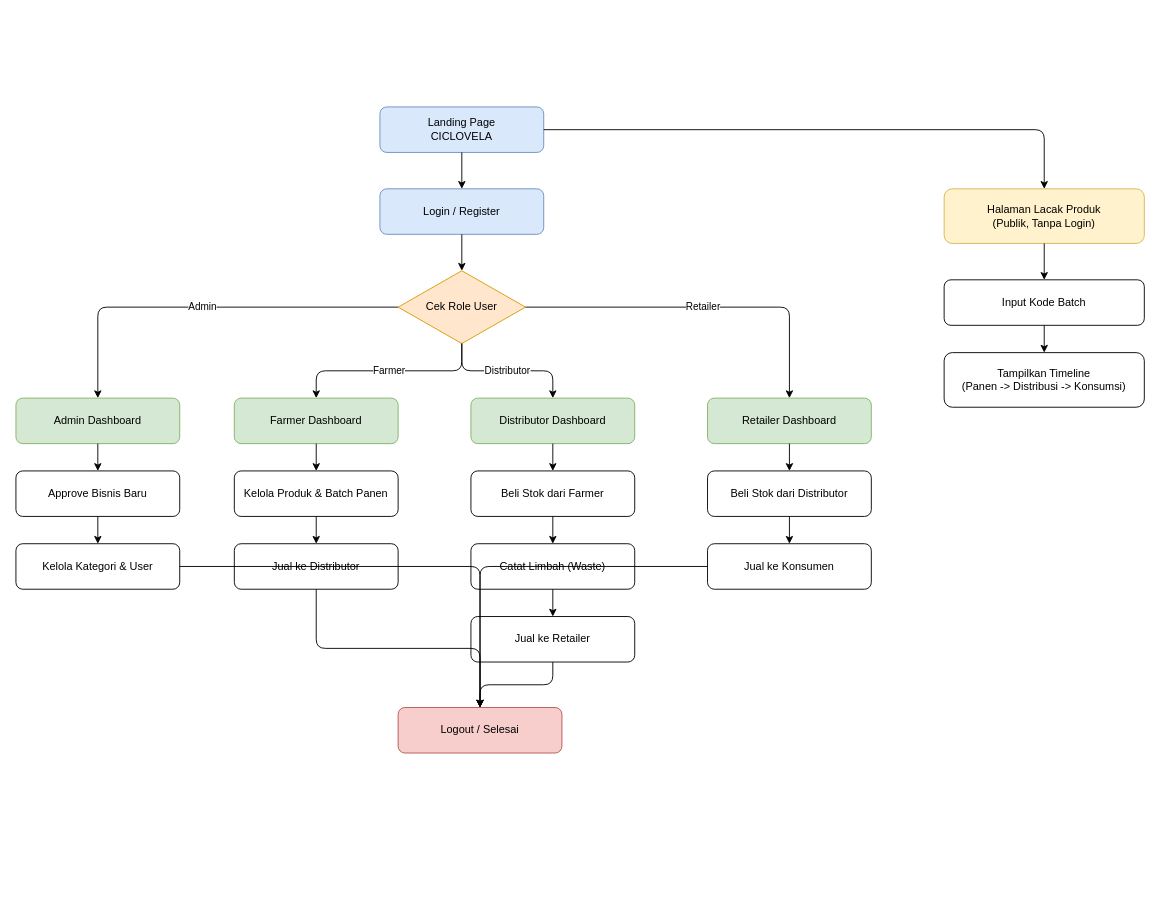
Before: CICLOVELA_flowchart.drawio in pangeranvalerensco-maker/CICLOVELA, a draw.io diagram. Source tidied: cells renumbered, new cells numbered last; positions are measured from the earlier drawing's top-left corner, leaving out a move shared by most shapes. Both pictures are drawn from the tidied source at 91%, with x=0, y=0 at pixel (15, 106).
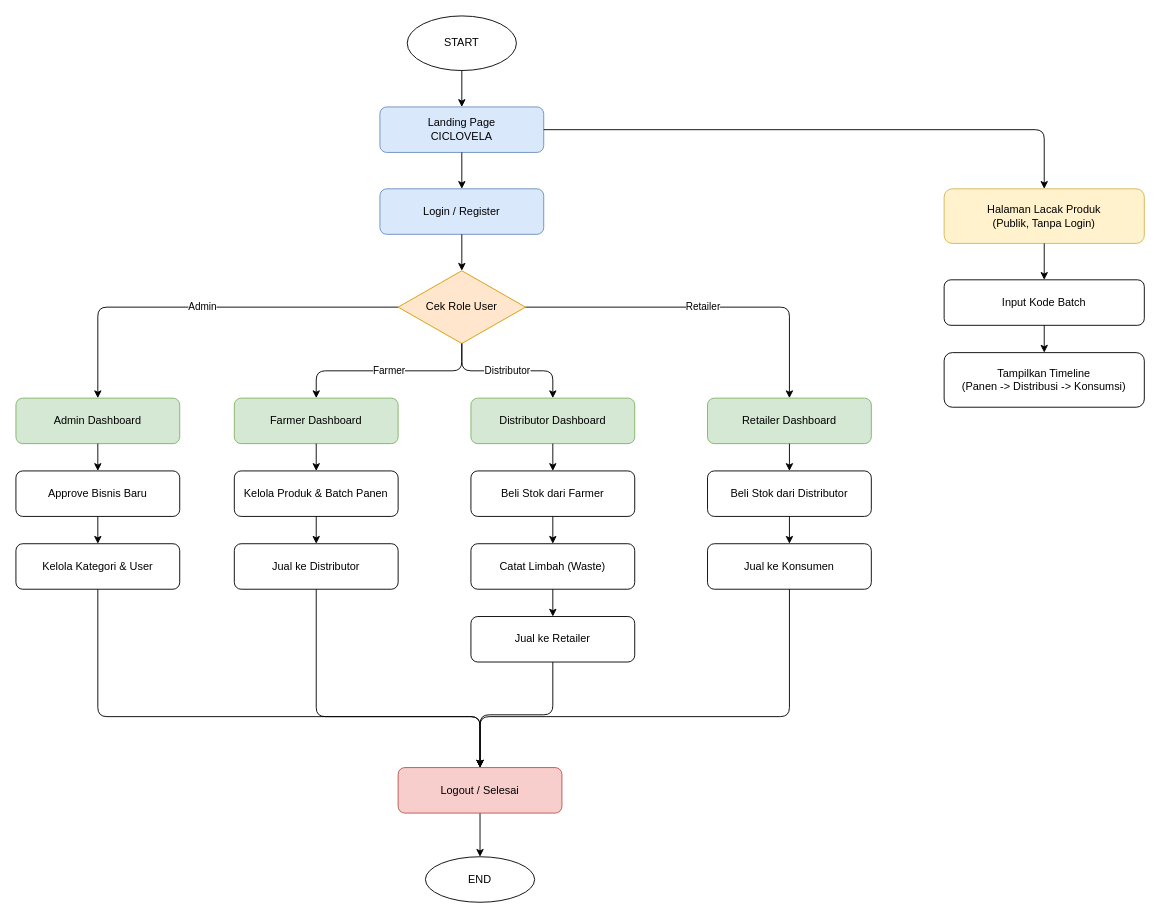
Above is the later version.

Unchanged cells that the change refers to:
```xml
<mxCell id="2" value="Landing Page&#10;CICLOVELA" style="rounded=1;whiteSpace=wrap;html=1;fillColor=#dae8fc;strokeColor=#6c8ebf;" parent="1" vertex="1">
  <mxGeometry x="400" width="180" height="50" as="geometry" />
</mxCell>
<mxCell id="7" value="Kelola Kategori &amp; User" style="rounded=1;whiteSpace=wrap;html=1;" parent="1" vertex="1">
  <mxGeometry y="480" width="180" height="50" as="geometry" />
</mxCell>
<mxCell id="10" value="Jual ke Distributor" style="rounded=1;whiteSpace=wrap;html=1;" parent="1" vertex="1">
  <mxGeometry x="240" y="480" width="180" height="50" as="geometry" />
</mxCell>
<mxCell id="17" value="Jual ke Konsumen" style="rounded=1;whiteSpace=wrap;html=1;" parent="1" vertex="1">
  <mxGeometry x="760" y="480" width="180" height="50" as="geometry" />
</mxCell>
```

Change to the diagram source:
```diff
@@
+    <mxCell id="44" style="edgeStyle=orthogonalEdgeStyle;rounded=0;jettySize=auto;html=1;" parent="1" edge="1" source="21" target="45">
+      <mxGeometry relative="1" as="geometry" />
+    </mxCell>
     <mxCell id="21" value="Logout / Selesai" style="rounded=1;whiteSpace=wrap;html=1;fillColor=#f8cecc;strokeColor=#b85450;" parent="1" vertex="1">
-      <mxGeometry x="420" y="660" width="180" height="50" as="geometry" />
+      <mxGeometry x="420" y="726" width="180" height="50" as="geometry" />
     </mxCell>
@@
     <mxCell id="40" style="edgeStyle=orthogonalEdgeStyle;html=1;" parent="1" edge="1" source="7" target="21">
-      <mxGeometry relative="1" as="geometry" />
+      <mxGeometry relative="1" as="geometry">
+        <Array as="points">
+          <mxPoint x="90" y="670" />
+          <mxPoint x="510" y="670" />
+        </Array>
+      </mxGeometry>
     </mxCell>
     <mxCell id="41" style="edgeStyle=orthogonalEdgeStyle;html=1;" parent="1" edge="1" source="10" target="21">
-      <mxGeometry relative="1" as="geometry" />
+      <mxGeometry relative="1" as="geometry">
+        <Array as="points">
+          <mxPoint x="330" y="670" />
+          <mxPoint x="510" y="670" />
+        </Array>
+      </mxGeometry>
     </mxCell>
@@
     <mxCell id="43" style="edgeStyle=orthogonalEdgeStyle;html=1;" parent="1" edge="1" source="17" target="21">
-      <mxGeometry relative="1" as="geometry" />
+      <mxGeometry relative="1" as="geometry">
+        <Array as="points">
+          <mxPoint x="850" y="670" />
+          <mxPoint x="510" y="670" />
+        </Array>
+      </mxGeometry>
     </mxCell>
+    <mxCell id="45" value="END" style="ellipse;whiteSpace=wrap;html=1;" parent="1" vertex="1">
+      <mxGeometry x="450" y="824" width="120" height="50" as="geometry" />
+    </mxCell>
+    <mxCell id="46" style="edgeStyle=orthogonalEdgeStyle;rounded=0;jettySize=auto;html=1;" parent="1" edge="1" source="47" target="2">
+      <mxGeometry relative="1" as="geometry" />
+    </mxCell>
+    <mxCell id="47" value="START" style="ellipse;whiteSpace=wrap;html=1;" parent="1" vertex="1">
+      <mxGeometry x="430" y="-100" width="120" height="60" as="geometry" />
+    </mxCell>
```
